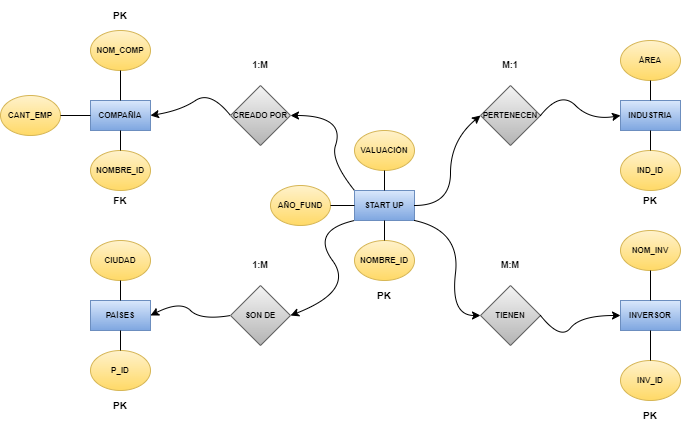
The draw.io diagram D4_ERD1.png in rakzw/Demo2, before a commit. Source tidied: cells renumbered, new cells last; positions are measured from the earlier drawing's top-left corner, leaving out a move shared by most shapes.
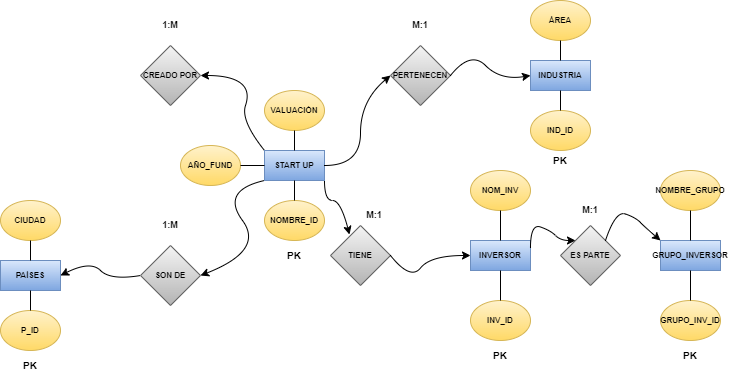
The same file after the commit.

Change to the diagram source:
```diff
@@ -3,7 +3,7 @@
     <mxCell id="0" />
     <mxCell id="1" parent="0" />
     <mxCell id="2" value="INVERSOR" style="rounded=0;whiteSpace=wrap;html=1;fontSize=8;fontStyle=1;fillColor=#dae8fc;strokeColor=#6c8ebf;gradientColor=#7ea6e0;fontColor=#000000;" parent="1" vertex="1">
-      <mxGeometry x="620" y="300" width="60" height="30" as="geometry" />
+      <mxGeometry x="560" y="280" width="60" height="30" as="geometry" />
     </mxCell>
     <mxCell id="3" value="INDUSTRIA" style="rounded=0;whiteSpace=wrap;html=1;fontSize=8;fontStyle=1;fillColor=#dae8fc;strokeColor=#6c8ebf;gradientColor=#7ea6e0;fontColor=#000000;" parent="1" vertex="1">
       <mxGeometry x="620" y="100" width="60" height="30" as="geometry" />
@@ -14,20 +14,14 @@
     <mxCell id="5" value="PAÍSES" style="rounded=0;whiteSpace=wrap;html=1;fontSize=8;fontStyle=1;fillColor=#dae8fc;strokeColor=#6c8ebf;gradientColor=#7ea6e0;fontColor=#000000;" parent="1" vertex="1">
       <mxGeometry x="90" y="300" width="60" height="30" as="geometry" />
     </mxCell>
-    <mxCell id="6" value="COMPAÑÍA" style="rounded=0;whiteSpace=wrap;html=1;fontSize=8;fontStyle=1;fillColor=#dae8fc;strokeColor=#6c8ebf;gradientColor=#7ea6e0;fontColor=#000000;" parent="1" vertex="1">
-      <mxGeometry x="90" y="100" width="60" height="30" as="geometry" />
-    </mxCell>
     <mxCell id="7" value="NOMBRE_ID" style="ellipse;whiteSpace=wrap;html=1;fontSize=8;fillColor=#fff2cc;strokeColor=#d6b656;gradientColor=#ffd966;fontStyle=1;" parent="1" vertex="1">
       <mxGeometry x="354" y="240" width="60" height="40" as="geometry" />
     </mxCell>
-    <mxCell id="8" value="NOMBRE_ID" style="ellipse;whiteSpace=wrap;html=1;fontSize=8;fillColor=#fff2cc;strokeColor=#d6b656;gradientColor=#ffd966;fontStyle=1;" parent="1" vertex="1">
-      <mxGeometry x="90" y="150" width="60" height="40" as="geometry" />
-    </mxCell>
     <mxCell id="9" value="IND_ID" style="ellipse;whiteSpace=wrap;html=1;fontSize=8;fillColor=#fff2cc;strokeColor=#d6b656;gradientColor=#ffd966;fontStyle=1;" parent="1" vertex="1">
       <mxGeometry x="620" y="150" width="60" height="40" as="geometry" />
     </mxCell>
     <mxCell id="10" value="INV_ID" style="ellipse;whiteSpace=wrap;html=1;fontSize=8;fillColor=#fff2cc;strokeColor=#d6b656;gradientColor=#ffd966;fontStyle=1;" parent="1" vertex="1">
-      <mxGeometry x="620" y="360" width="60" height="40" as="geometry" />
+      <mxGeometry x="560" y="340" width="60" height="40" as="geometry" />
     </mxCell>
     <mxCell id="11" value="P_ID" style="ellipse;whiteSpace=wrap;html=1;fontSize=8;fillColor=#fff2cc;strokeColor=#d6b656;gradientColor=#ffd966;fontStyle=1;" parent="1" vertex="1">
       <mxGeometry x="90" y="350" width="60" height="40" as="geometry" />
@@ -38,8 +32,8 @@
     <mxCell id="13" value="SON DE" style="rhombus;whiteSpace=wrap;html=1;fontSize=8;fillColor=#f5f5f5;gradientColor=#b3b3b3;strokeColor=#666666;fontStyle=1;" parent="1" vertex="1">
       <mxGeometry x="230" y="285" width="60" height="60" as="geometry" />
     </mxCell>
-    <mxCell id="14" value="TIENEN" style="rhombus;whiteSpace=wrap;html=1;fontSize=8;fillColor=#f5f5f5;gradientColor=#b3b3b3;strokeColor=#666666;fontStyle=1;" parent="1" vertex="1">
-      <mxGeometry x="480" y="285" width="60" height="60" as="geometry" />
+    <mxCell id="14" value="TIENE" style="rhombus;whiteSpace=wrap;html=1;fontSize=8;fillColor=#f5f5f5;gradientColor=#b3b3b3;strokeColor=#666666;fontStyle=1;" parent="1" vertex="1">
+      <mxGeometry x="420" y="265" width="60" height="60" as="geometry" />
     </mxCell>
     <mxCell id="15" value="PERTENECEN" style="rhombus;whiteSpace=wrap;html=1;fontSize=8;fillColor=#f5f5f5;gradientColor=#b3b3b3;strokeColor=#666666;fontStyle=1;" parent="1" vertex="1">
       <mxGeometry x="480" y="85" width="60" height="60" as="geometry" />
@@ -47,9 +41,6 @@
     <mxCell id="16" value="VALUACIÓN" style="ellipse;whiteSpace=wrap;html=1;fontSize=8;fillColor=#fff2cc;strokeColor=#d6b656;gradientColor=#ffd966;fontStyle=1;" parent="1" vertex="1">
       <mxGeometry x="354" y="130" width="60" height="40" as="geometry" />
     </mxCell>
-    <mxCell id="17" value="NOM_COMP" style="ellipse;whiteSpace=wrap;html=1;fontSize=8;fillColor=#fff2cc;strokeColor=#d6b656;gradientColor=#ffd966;fontStyle=1;" parent="1" vertex="1">
-      <mxGeometry x="90" y="30" width="60" height="40" as="geometry" />
-    </mxCell>
     <mxCell id="18" value="CIUDAD" style="ellipse;whiteSpace=wrap;html=1;fontSize=8;fillColor=#fff2cc;strokeColor=#d6b656;gradientColor=#ffd966;fontStyle=1;" parent="1" vertex="1">
       <mxGeometry x="90" y="240" width="60" height="40" as="geometry" />
     </mxCell>
@@ -59,15 +50,12 @@
     <mxCell id="20" value="M:1" style="text;html=1;strokeColor=none;fillColor=none;align=center;verticalAlign=middle;whiteSpace=wrap;rounded=0;fontSize=9;fontColor=#000000;fontStyle=1;" parent="1" vertex="1">
       <mxGeometry x="480" y="50" width="60" height="30" as="geometry" />
     </mxCell>
-    <mxCell id="21" value="M:M" style="text;html=1;strokeColor=none;fillColor=none;align=center;verticalAlign=middle;whiteSpace=wrap;rounded=0;fontSize=9;fontColor=#000000;fontStyle=1;" parent="1" vertex="1">
-      <mxGeometry x="480" y="250" width="60" height="30" as="geometry" />
+    <mxCell id="21" value="M:1" style="text;html=1;strokeColor=none;fillColor=none;align=center;verticalAlign=middle;whiteSpace=wrap;rounded=0;fontSize=9;fontColor=#000000;fontStyle=1;" parent="1" vertex="1">
+      <mxGeometry x="434" y="240" width="60" height="30" as="geometry" />
     </mxCell>
     <mxCell id="22" value="1:M" style="text;html=1;strokeColor=none;fillColor=none;align=center;verticalAlign=middle;whiteSpace=wrap;rounded=0;fontSize=9;fontColor=#000000;fontStyle=1;" parent="1" vertex="1">
       <mxGeometry x="230" y="250" width="60" height="30" as="geometry" />
     </mxCell>
-    <mxCell id="23" value="CANT_EMP" style="ellipse;whiteSpace=wrap;html=1;fontSize=8;fillColor=#fff2cc;strokeColor=#d6b656;gradientColor=#ffd966;fontStyle=1;" parent="1" vertex="1">
-      <mxGeometry y="95" width="60" height="40" as="geometry" />
-    </mxCell>
     <mxCell id="24" value="AÑO_FUND" style="ellipse;whiteSpace=wrap;html=1;fontSize=8;fillColor=#fff2cc;strokeColor=#d6b656;gradientColor=#ffd966;fontStyle=1;" parent="1" vertex="1">
       <mxGeometry x="270" y="185" width="60" height="40" as="geometry" />
     </mxCell>
@@ -83,15 +71,6 @@
     <mxCell id="28" style="endArrow=none;html=1;rounded=0;fontSize=9;fontColor=#000000;entryX=0.5;entryY=1;entryDx=0;entryDy=0;exitX=0.5;exitY=0;exitDx=0;exitDy=0;" parent="1" edge="1" source="7" target="4">
       <mxGeometry relative="1" as="geometry" />
     </mxCell>
-    <mxCell id="29" style="endArrow=none;html=1;rounded=0;fontSize=9;fontColor=#000000;exitX=1;exitY=0.5;exitDx=0;exitDy=0;entryX=0;entryY=0.5;entryDx=0;entryDy=0;" parent="1" edge="1" source="23" target="6">
-      <mxGeometry relative="1" as="geometry" />
-    </mxCell>
-    <mxCell id="30" style="endArrow=none;html=1;rounded=0;fontSize=9;fontColor=#000000;entryX=0.5;entryY=1;entryDx=0;entryDy=0;exitX=0.5;exitY=0;exitDx=0;exitDy=0;" parent="1" edge="1" source="6" target="17">
-      <mxGeometry relative="1" as="geometry" />
-    </mxCell>
-    <mxCell id="31" style="endArrow=none;html=1;rounded=0;fontSize=9;fontColor=#000000;entryX=0.5;entryY=1;entryDx=0;entryDy=0;exitX=0.5;exitY=0;exitDx=0;exitDy=0;" parent="1" edge="1" source="8" target="6">
-      <mxGeometry relative="1" as="geometry" />
-    </mxCell>
     <mxCell id="32" style="endArrow=none;html=1;rounded=0;fontSize=9;fontColor=#000000;entryX=0.5;entryY=1;entryDx=0;entryDy=0;exitX=0.5;exitY=0;exitDx=0;exitDy=0;" parent="1" edge="1" source="5" target="18">
       <mxGeometry relative="1" as="geometry" />
     </mxCell>
@@ -116,14 +95,6 @@
         </Array>
       </mxGeometry>
     </mxCell>
-    <mxCell id="38" style="endArrow=classic;html=1;fontSize=9;fontColor=#000000;curved=1;entryX=1;entryY=0.5;entryDx=0;entryDy=0;exitX=0;exitY=0.5;exitDx=0;exitDy=0;" parent="1" edge="1" source="12" target="6">
-      <mxGeometry relative="1" as="geometry">
-        <Array as="points">
-          <mxPoint x="210" y="90" />
-          <mxPoint x="180" y="110" />
-        </Array>
-      </mxGeometry>
-    </mxCell>
     <mxCell id="39" style="curved=1;endArrow=classic;html=1;fontSize=9;fontColor=#000000;exitX=0;exitY=1;exitDx=0;exitDy=0;entryX=1;entryY=0.5;entryDx=0;entryDy=0;" parent="1" edge="1" source="4" target="13">
       <mxGeometry relative="1" as="geometry">
         <Array as="points">
@@ -159,22 +130,19 @@
     <mxCell id="43" style="endArrow=classic;html=1;fontSize=9;fontColor=#000000;curved=1;entryX=0;entryY=0.5;entryDx=0;entryDy=0;exitX=1;exitY=0.5;exitDx=0;exitDy=0;" parent="1" edge="1" source="14" target="2">
       <mxGeometry relative="1" as="geometry">
         <Array as="points">
-          <mxPoint x="560" y="340" />
-          <mxPoint x="580" y="315" />
+          <mxPoint x="500" y="320" />
+          <mxPoint x="520" y="295" />
         </Array>
       </mxGeometry>
     </mxCell>
-    <mxCell id="44" style="curved=1;endArrow=classic;html=1;fontSize=9;fontColor=#000000;exitX=1;exitY=1;exitDx=0;exitDy=0;entryX=0;entryY=0.5;entryDx=0;entryDy=0;" parent="1" edge="1" source="4" target="14">
+    <mxCell id="44" style="curved=1;endArrow=classic;html=1;fontSize=9;fontColor=#000000;exitX=1;exitY=1;exitDx=0;exitDy=0;entryX=0.317;entryY=0.15;entryDx=0;entryDy=0;entryPerimeter=0;" parent="1" edge="1" source="4" target="14">
       <mxGeometry relative="1" as="geometry">
         <Array as="points">
-          <mxPoint x="460" y="230" />
-          <mxPoint x="450" y="315" />
+          <mxPoint x="414" y="240" />
+          <mxPoint x="430" y="240" />
         </Array>
       </mxGeometry>
     </mxCell>
-    <mxCell id="45" value="PK" style="text;html=1;strokeColor=none;fillColor=none;align=center;verticalAlign=middle;whiteSpace=wrap;rounded=0;fontSize=10;fontStyle=1;" parent="1" vertex="1">
-      <mxGeometry x="90" width="60" height="30" as="geometry" />
-    </mxCell>
     <mxCell id="46" value="PK" style="text;html=1;strokeColor=none;fillColor=none;align=center;verticalAlign=middle;whiteSpace=wrap;rounded=0;fontSize=10;fontStyle=1;" parent="1" vertex="1">
       <mxGeometry x="90" y="390" width="60" height="30" as="geometry" />
     </mxCell>
@@ -182,10 +150,10 @@
       <mxGeometry x="620" y="185" width="60" height="30" as="geometry" />
     </mxCell>
     <mxCell id="48" value="PK" style="text;html=1;strokeColor=none;fillColor=none;align=center;verticalAlign=middle;whiteSpace=wrap;rounded=0;fontSize=10;fontStyle=1;" parent="1" vertex="1">
-      <mxGeometry x="620" y="400" width="60" height="30" as="geometry" />
+      <mxGeometry x="560" y="380" width="60" height="30" as="geometry" />
     </mxCell>
     <mxCell id="49" value="NOM_INV" style="ellipse;whiteSpace=wrap;html=1;fontSize=8;fillColor=#fff2cc;strokeColor=#d6b656;gradientColor=#ffd966;fontStyle=1;" parent="1" vertex="1">
-      <mxGeometry x="620" y="230" width="60" height="40" as="geometry" />
+      <mxGeometry x="560" y="210" width="60" height="40" as="geometry" />
     </mxCell>
     <mxCell id="50" style="endArrow=none;html=1;rounded=0;fontSize=10;entryX=0.5;entryY=1;entryDx=0;entryDy=0;exitX=0.5;exitY=0;exitDx=0;exitDy=0;" parent="1" edge="1" source="2" target="49">
       <mxGeometry relative="1" as="geometry" />
@@ -193,8 +161,47 @@
     <mxCell id="51" value="PK" style="text;html=1;strokeColor=none;fillColor=none;align=center;verticalAlign=middle;whiteSpace=wrap;rounded=0;fontSize=10;fontStyle=1;" parent="1" vertex="1">
       <mxGeometry x="354" y="280" width="60" height="30" as="geometry" />
     </mxCell>
-    <mxCell id="52" value="FK" style="text;html=1;strokeColor=none;fillColor=none;align=center;verticalAlign=middle;whiteSpace=wrap;rounded=0;fontSize=10;fontStyle=1;" parent="1" vertex="1">
-      <mxGeometry x="90" y="185" width="60" height="30" as="geometry" />
-    </mxCell>
+    <mxCell id="53" value="GRUPO_INVERSOR" style="rounded=0;whiteSpace=wrap;html=1;fontSize=8;fontStyle=1;fillColor=#dae8fc;strokeColor=#6c8ebf;gradientColor=#7ea6e0;fontColor=#000000;" parent="1" vertex="1">
+      <mxGeometry x="750" y="280" width="60" height="30" as="geometry" />
+    </mxCell>
+    <mxCell id="54" value="GRUPO_INV_ID" style="ellipse;whiteSpace=wrap;html=1;fontSize=8;fillColor=#fff2cc;strokeColor=#d6b656;gradientColor=#ffd966;fontStyle=1;" parent="1" vertex="1">
+      <mxGeometry x="750" y="340" width="60" height="40" as="geometry" />
+    </mxCell>
+    <mxCell id="55" style="endArrow=none;html=1;rounded=0;fontSize=9;fontColor=#000000;entryX=0.5;entryY=1;entryDx=0;entryDy=0;exitX=0.5;exitY=0;exitDx=0;exitDy=0;" parent="1" edge="1" source="54" target="53">
+      <mxGeometry relative="1" as="geometry" />
+    </mxCell>
+    <mxCell id="45" value="PK" style="text;html=1;strokeColor=none;fillColor=none;align=center;verticalAlign=middle;whiteSpace=wrap;rounded=0;fontSize=10;fontStyle=1;" parent="1" vertex="1">
+      <mxGeometry x="750" y="380" width="60" height="30" as="geometry" />
+    </mxCell>
+    <mxCell id="56" value="NOMBRE_GRUPO" style="ellipse;whiteSpace=wrap;html=1;fontSize=8;fillColor=#fff2cc;strokeColor=#d6b656;gradientColor=#ffd966;fontStyle=1;" parent="1" vertex="1">
+      <mxGeometry x="750" y="210" width="60" height="40" as="geometry" />
+    </mxCell>
+    <mxCell id="57" style="endArrow=none;html=1;rounded=0;fontSize=10;entryX=0.5;entryY=1;entryDx=0;entryDy=0;exitX=0.5;exitY=0;exitDx=0;exitDy=0;" parent="1" edge="1" source="53" target="56">
+      <mxGeometry relative="1" as="geometry" />
+    </mxCell>
+    <mxCell id="58" value="ES PARTE" style="rhombus;whiteSpace=wrap;html=1;fontSize=8;fillColor=#f5f5f5;gradientColor=#b3b3b3;strokeColor=#666666;fontStyle=1;" parent="1" vertex="1">
+      <mxGeometry x="650" y="265" width="60" height="60" as="geometry" />
+    </mxCell>
+    <mxCell id="59" style="endArrow=classic;html=1;fontSize=9;fontColor=#000000;curved=1;entryX=0;entryY=0;entryDx=0;entryDy=0;exitX=1;exitY=0.25;exitDx=0;exitDy=0;" parent="1" edge="1" source="2" target="58">
+      <mxGeometry relative="1" as="geometry">
+        <Array as="points">
+          <mxPoint x="620" y="263" />
+          <mxPoint x="640" y="270" />
+          <mxPoint x="650" y="280" />
+        </Array>
+      </mxGeometry>
+    </mxCell>
+    <mxCell id="60" style="endArrow=classic;html=1;fontSize=9;fontColor=#000000;curved=1;entryX=0;entryY=0;entryDx=0;entryDy=0;exitX=1;exitY=0;exitDx=0;exitDy=0;" parent="1" edge="1" source="58" target="53">
+      <mxGeometry relative="1" as="geometry">
+        <Array as="points">
+          <mxPoint x="705" y="250" />
+          <mxPoint x="725" y="257" />
+          <mxPoint x="735" y="267" />
+        </Array>
+      </mxGeometry>
+    </mxCell>
+    <mxCell id="61" value="M:1" style="text;html=1;strokeColor=none;fillColor=none;align=center;verticalAlign=middle;whiteSpace=wrap;rounded=0;fontSize=9;fontColor=#000000;fontStyle=1;" parent="1" vertex="1">
+      <mxGeometry x="650" y="235" width="60" height="30" as="geometry" />
+    </mxCell>
   </root>
 </mxGraphModel>
```
